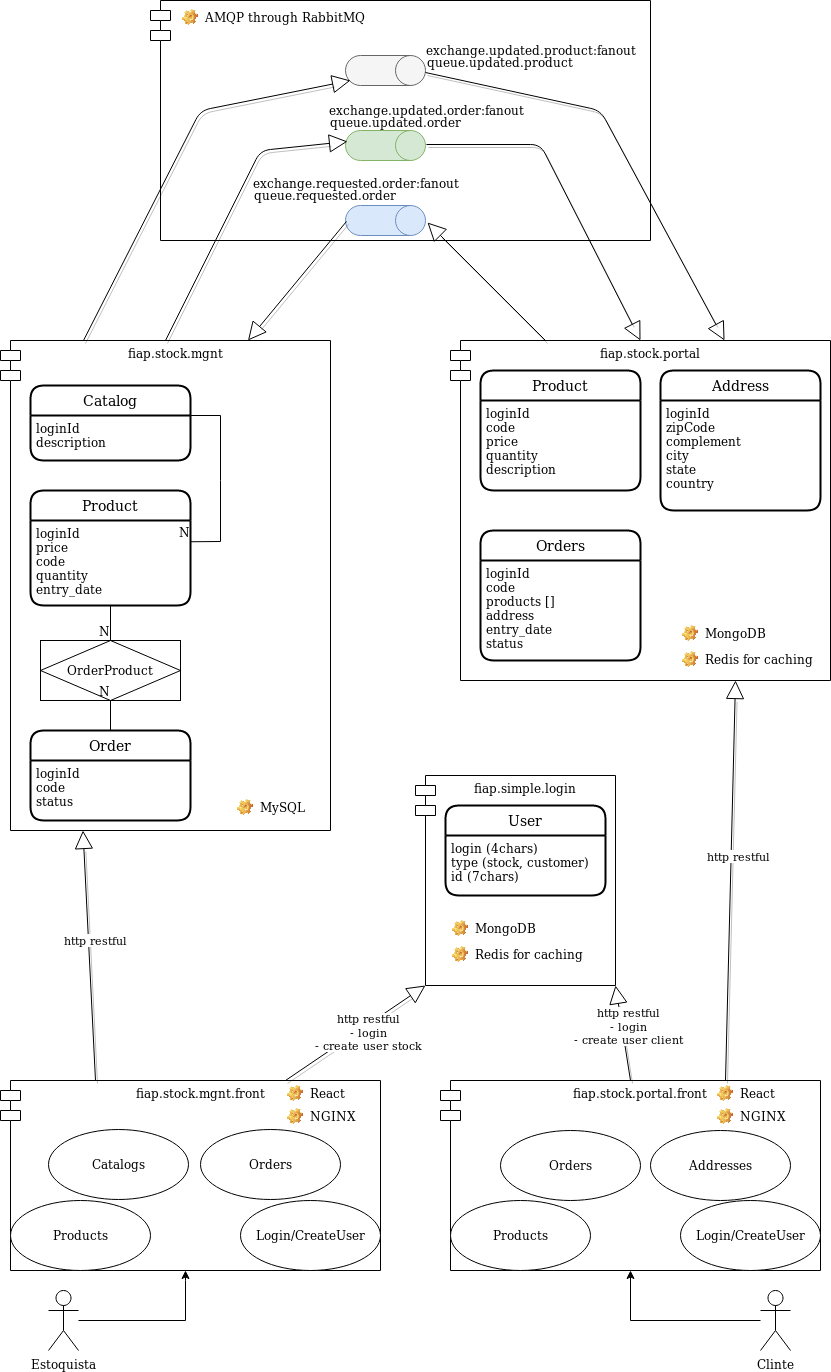
jeanvillete/fiap-stock-ecommerce keeps this draw.io diagram as docs/fiap.stock.ecommerce.png. Above is the earlier version. Source tidied: cells renumbered, new cells last; positions are measured from the earlier drawing's top-left corner, leaving out a move shared by most shapes.
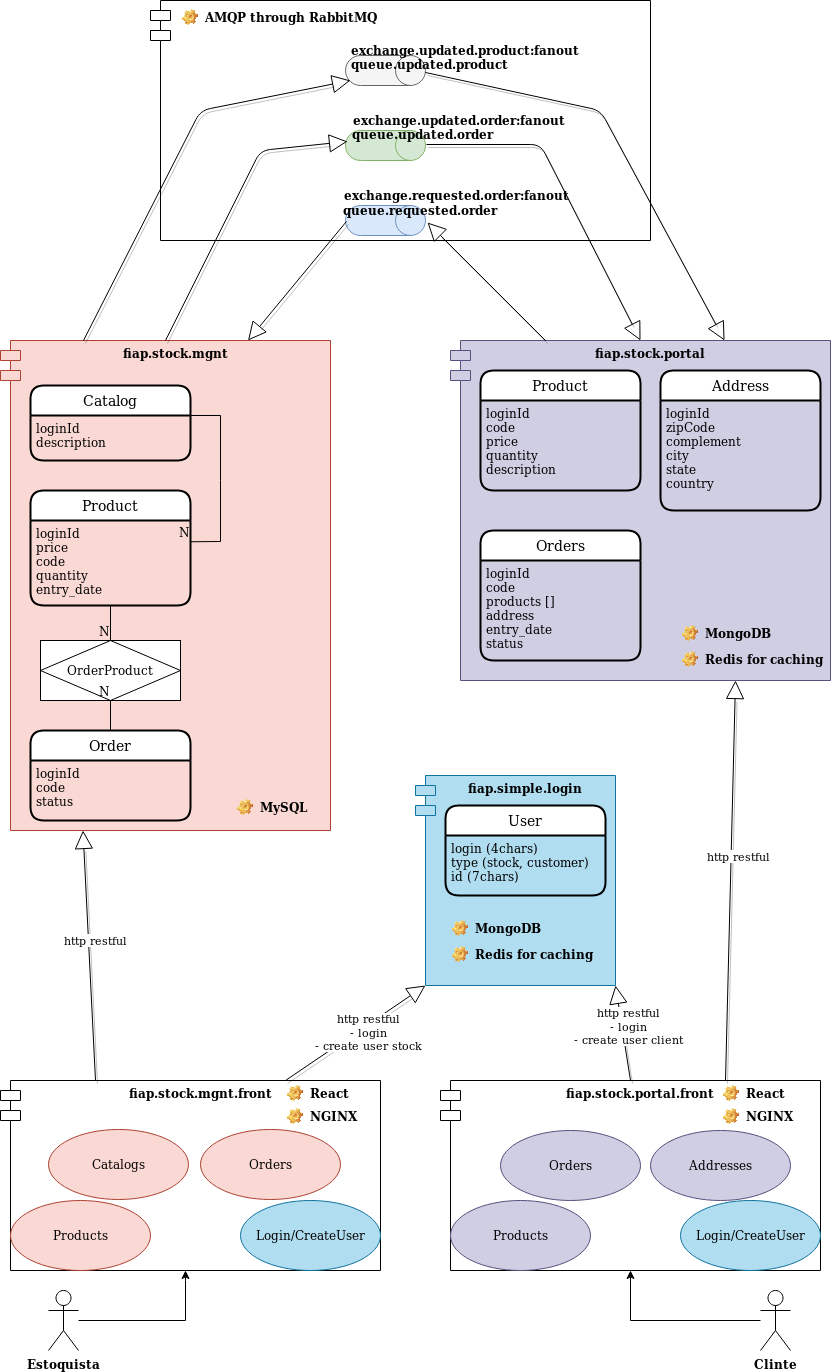
The same file after the commit.

Commit message:
Atualizando diagrama de componentes

Diff of the diagram source:
```diff
@@ -2,10 +2,10 @@
   <root>
     <mxCell id="0" />
     <mxCell id="1" parent="0" />
-    <mxCell id="2" value="fiap.stock.mgnt" style="shape=module;align=left;spacingLeft=20;align=center;verticalAlign=top;" parent="1" vertex="1">
+    <mxCell id="2" value="fiap.stock.mgnt" style="shape=module;align=left;spacingLeft=20;align=center;verticalAlign=top;fontStyle=1;fillColor=#fad9d5;strokeColor=#ae4132;" parent="1" vertex="1">
       <mxGeometry y="340" width="330" height="490" as="geometry" />
     </mxCell>
-    <mxCell id="3" value="fiap.simple.login" style="shape=module;align=left;spacingLeft=20;align=center;verticalAlign=top;" parent="1" vertex="1">
+    <mxCell id="3" value="fiap.simple.login" style="shape=module;align=left;spacingLeft=20;align=center;verticalAlign=top;fontStyle=1;fillColor=#b1ddf0;strokeColor=#10739e;" parent="1" vertex="1">
       <mxGeometry x="415" y="775" width="200" height="210" as="geometry" />
     </mxCell>
     <mxCell id="4" style="endArrow=none;html=1;rounded=0;exitX=1;exitY=0;exitDx=0;exitDy=0;entryX=1;entryY=0.25;entryDx=0;entryDy=0;" parent="1" edge="1" source="16" target="18">
@@ -35,17 +35,17 @@
     <mxCell id="10" value="N" style="html=1;align=right;verticalAlign=bottom;" parent="9" vertex="1">
       <mxGeometry x="1" relative="1" as="geometry" />
     </mxCell>
-    <mxCell id="11" value="fiap.stock.portal" style="shape=module;align=left;spacingLeft=20;align=center;verticalAlign=top;" parent="1" vertex="1">
+    <mxCell id="11" value="fiap.stock.portal" style="shape=module;align=left;spacingLeft=20;align=center;verticalAlign=top;fontStyle=1;fillColor=#d0cee2;strokeColor=#56517e;" parent="1" vertex="1">
       <mxGeometry x="450" y="340" width="380" height="340" as="geometry" />
     </mxCell>
-    <mxCell id="12" value="MySQL" style="label;fontStyle=0;strokeColor=none;fillColor=none;align=left;verticalAlign=top;overflow=hidden;spacingLeft=28;spacingRight=4;imageWidth=16;imageHeight=16;image=img/clipart/Gear_128x128.png;" parent="1" vertex="1">
+    <mxCell id="12" value="MySQL" style="label;fontStyle=1;strokeColor=none;fillColor=none;align=left;verticalAlign=top;overflow=hidden;spacingLeft=28;spacingRight=4;imageWidth=16;imageHeight=16;image=img/clipart/Gear_128x128.png;" parent="1" vertex="1">
       <mxGeometry x="230" y="794" width="90" height="26" as="geometry" />
     </mxCell>
-    <mxCell id="13" value="MongoDB" style="label;fontStyle=0;strokeColor=none;fillColor=none;align=left;verticalAlign=top;overflow=hidden;spacingLeft=28;spacingRight=4;imageWidth=16;imageHeight=16;image=img/clipart/Gear_128x128.png;" parent="1" vertex="1">
+    <mxCell id="13" value="MongoDB" style="label;fontStyle=1;strokeColor=none;fillColor=none;align=left;verticalAlign=top;overflow=hidden;spacingLeft=28;spacingRight=4;imageWidth=16;imageHeight=16;image=img/clipart/Gear_128x128.png;" parent="1" vertex="1">
       <mxGeometry x="445" y="915" width="120" height="26" as="geometry" />
     </mxCell>
-    <mxCell id="14" value="Redis for caching" style="label;fontStyle=0;strokeColor=none;fillColor=none;align=left;verticalAlign=top;overflow=hidden;spacingLeft=28;spacingRight=4;imageWidth=16;imageHeight=16;image=img/clipart/Gear_128x128.png;" parent="1" vertex="1">
-      <mxGeometry x="445" y="941" width="150" height="26" as="geometry" />
+    <mxCell id="14" value="Redis for caching" style="label;fontStyle=1;strokeColor=none;fillColor=none;align=left;verticalAlign=top;overflow=hidden;spacingLeft=28;spacingRight=4;imageWidth=16;imageHeight=16;image=img/clipart/Gear_128x128.png;" parent="1" vertex="1">
+      <mxGeometry x="445" y="941" width="155" height="26" as="geometry" />
     </mxCell>
     <mxCell id="15" value="Catalog" style="swimlane;horizontal=1;startSize=30;rounded=1;fontSize=14;fontStyle=0;strokeWidth=2;shadow=0;dashed=0;align=center;" parent="1" vertex="1">
       <mxGeometry x="30" y="385" width="160" height="75" as="geometry" />
@@ -65,11 +65,11 @@
     <mxCell id="20" value="loginId&#10;code&#10;status&#10;" style="align=left;strokeColor=none;fillColor=none;spacingLeft=4;fontSize=12;verticalAlign=top;" parent="19" vertex="1">
       <mxGeometry y="30" width="160" height="60" as="geometry" />
     </mxCell>
-    <mxCell id="21" value="MongoDB" style="label;fontStyle=0;strokeColor=none;fillColor=none;align=left;verticalAlign=top;overflow=hidden;spacingLeft=28;spacingRight=4;imageWidth=16;imageHeight=16;image=img/clipart/Gear_128x128.png;" parent="1" vertex="1">
+    <mxCell id="21" value="MongoDB" style="label;fontStyle=1;strokeColor=none;fillColor=none;align=left;verticalAlign=top;overflow=hidden;spacingLeft=28;spacingRight=4;imageWidth=16;imageHeight=16;image=img/clipart/Gear_128x128.png;" parent="1" vertex="1">
       <mxGeometry x="675" y="620" width="120" height="26" as="geometry" />
     </mxCell>
-    <mxCell id="22" value="Redis for caching" style="label;fontStyle=0;strokeColor=none;fillColor=none;align=left;verticalAlign=top;overflow=hidden;spacingLeft=28;spacingRight=4;imageWidth=16;imageHeight=16;image=img/clipart/Gear_128x128.png;" parent="1" vertex="1">
-      <mxGeometry x="675" y="646" width="150" height="26" as="geometry" />
+    <mxCell id="22" value="Redis for caching" style="label;fontStyle=1;strokeColor=none;fillColor=none;align=left;verticalAlign=top;overflow=hidden;spacingLeft=28;spacingRight=4;imageWidth=16;imageHeight=16;image=img/clipart/Gear_128x128.png;" parent="1" vertex="1">
+      <mxGeometry x="675" y="646" width="155" height="26" as="geometry" />
     </mxCell>
     <mxCell id="23" value="Address" style="swimlane;horizontal=1;startSize=30;rounded=1;fontSize=14;fontStyle=0;strokeWidth=2;shadow=0;dashed=0;align=center;" parent="1" vertex="1">
       <mxGeometry x="660" y="370" width="160" height="140" as="geometry" />
@@ -89,34 +89,34 @@
     <mxCell id="28" value="loginId&#10;code&#10;products []&#10;address&#10;entry_date&#10;status&#10;" style="align=left;strokeColor=none;fillColor=none;spacingLeft=4;fontSize=12;verticalAlign=top;" parent="27" vertex="1">
       <mxGeometry y="30" width="160" height="100" as="geometry" />
     </mxCell>
-    <mxCell id="29" value="fiap.stock.portal.front&#10;" style="shape=module;align=left;spacingLeft=20;align=center;verticalAlign=top;" parent="1" vertex="1">
+    <mxCell id="29" value="fiap.stock.portal.front&#10;" style="shape=module;align=left;spacingLeft=20;align=center;verticalAlign=top;fontStyle=1;" parent="1" vertex="1">
       <mxGeometry x="440" y="1080" width="380" height="190" as="geometry" />
     </mxCell>
-    <mxCell id="30" value="Orders" style="ellipse;whiteSpace=wrap;html=1;" parent="1" vertex="1">
+    <mxCell id="30" value="Orders" style="ellipse;whiteSpace=wrap;html=1;fillColor=#d0cee2;strokeColor=#56517e;" parent="1" vertex="1">
       <mxGeometry x="500" y="1130" width="140" height="70" as="geometry" />
     </mxCell>
-    <mxCell id="31" value="Addresses" style="ellipse;whiteSpace=wrap;html=1;" parent="1" vertex="1">
+    <mxCell id="31" value="Addresses" style="ellipse;whiteSpace=wrap;html=1;fillColor=#d0cee2;strokeColor=#56517e;" parent="1" vertex="1">
       <mxGeometry x="650" y="1130" width="140" height="70" as="geometry" />
     </mxCell>
-    <mxCell id="32" value="Products" style="ellipse;whiteSpace=wrap;html=1;" parent="1" vertex="1">
+    <mxCell id="32" value="Products" style="ellipse;whiteSpace=wrap;html=1;fillColor=#d0cee2;strokeColor=#56517e;" parent="1" vertex="1">
       <mxGeometry x="450" y="1200" width="140" height="70" as="geometry" />
     </mxCell>
-    <mxCell id="33" value="fiap.stock.mgnt.front&#10;&#10;" style="shape=module;align=left;spacingLeft=20;align=center;verticalAlign=top;" parent="1" vertex="1">
+    <mxCell id="33" value="fiap.stock.mgnt.front&#10;&#10;" style="shape=module;align=left;spacingLeft=20;align=center;verticalAlign=top;fontStyle=1;" parent="1" vertex="1">
       <mxGeometry y="1080" width="380" height="190" as="geometry" />
     </mxCell>
-    <mxCell id="34" value="Catalogs" style="ellipse;whiteSpace=wrap;html=1;" parent="1" vertex="1">
+    <mxCell id="34" value="Catalogs" style="ellipse;whiteSpace=wrap;html=1;fillColor=#fad9d5;strokeColor=#ae4132;" parent="1" vertex="1">
       <mxGeometry x="48" y="1129" width="140" height="70" as="geometry" />
     </mxCell>
-    <mxCell id="35" value="Orders" style="ellipse;whiteSpace=wrap;html=1;" parent="1" vertex="1">
+    <mxCell id="35" value="Orders" style="ellipse;whiteSpace=wrap;html=1;fillColor=#fad9d5;strokeColor=#ae4132;" parent="1" vertex="1">
       <mxGeometry x="200" y="1129" width="140" height="70" as="geometry" />
     </mxCell>
-    <mxCell id="36" value="Products" style="ellipse;whiteSpace=wrap;html=1;" parent="1" vertex="1">
+    <mxCell id="36" value="Products" style="ellipse;whiteSpace=wrap;html=1;fillColor=#fad9d5;strokeColor=#ae4132;" parent="1" vertex="1">
       <mxGeometry x="10" y="1200" width="140" height="70" as="geometry" />
     </mxCell>
-    <mxCell id="37" value="Login/CreateUser" style="ellipse;whiteSpace=wrap;html=1;" parent="1" vertex="1">
+    <mxCell id="37" value="Login/CreateUser" style="ellipse;whiteSpace=wrap;html=1;fillColor=#b1ddf0;strokeColor=#10739e;" parent="1" vertex="1">
       <mxGeometry x="240" y="1200" width="140" height="70" as="geometry" />
     </mxCell>
-    <mxCell id="38" value="Login/CreateUser" style="ellipse;whiteSpace=wrap;html=1;" parent="1" vertex="1">
+    <mxCell id="38" value="Login/CreateUser" style="ellipse;whiteSpace=wrap;html=1;fillColor=#b1ddf0;strokeColor=#10739e;" parent="1" vertex="1">
       <mxGeometry x="680" y="1200" width="140" height="70" as="geometry" />
     </mxCell>
     <mxCell id="39" value="http restful " style="endArrow=block;endSize=16;endFill=0;html=1;exitX=0.25;exitY=0;exitDx=0;exitDy=0;entryX=0.25;entryY=1;entryDx=0;entryDy=0;shadow=1;" parent="1" edge="1" source="33" target="2">
@@ -145,7 +145,7 @@
         </Array>
       </mxGeometry>
     </mxCell>
-    <mxCell id="46" value="Estoquista" style="shape=umlActor;verticalLabelPosition=bottom;verticalAlign=top;html=1;" parent="1" vertex="1">
+    <mxCell id="46" value="Estoquista" style="shape=umlActor;verticalLabelPosition=bottom;verticalAlign=top;html=1;fontStyle=1;" parent="1" vertex="1">
       <mxGeometry x="48" y="1290" width="30" height="60" as="geometry" />
     </mxCell>
     <mxCell id="47" style="edgeStyle=orthogonalEdgeStyle;rounded=0;jettySize=auto;html=1;" parent="1" edge="1" source="48" target="29">
@@ -155,20 +155,20 @@
         </Array>
       </mxGeometry>
     </mxCell>
-    <mxCell id="48" value="Clinte" style="shape=umlActor;verticalLabelPosition=bottom;verticalAlign=top;html=1;" parent="1" vertex="1">
+    <mxCell id="48" value="Clinte" style="shape=umlActor;verticalLabelPosition=bottom;verticalAlign=top;html=1;fontStyle=1;" parent="1" vertex="1">
       <mxGeometry x="760" y="1290" width="30" height="60" as="geometry" />
     </mxCell>
-    <mxCell id="49" value="React" style="label;fontStyle=0;strokeColor=none;fillColor=none;align=left;verticalAlign=top;overflow=hidden;spacingLeft=28;spacingRight=4;imageWidth=16;imageHeight=16;image=img/clipart/Gear_128x128.png;" parent="1" vertex="1">
+    <mxCell id="49" value="React" style="label;fontStyle=1;strokeColor=none;fillColor=none;align=left;verticalAlign=top;overflow=hidden;spacingLeft=28;spacingRight=4;imageWidth=16;imageHeight=16;image=img/clipart/Gear_128x128.png;" parent="1" vertex="1">
       <mxGeometry x="280" y="1080" width="120" height="26" as="geometry" />
     </mxCell>
-    <mxCell id="50" value="NGINX" style="label;fontStyle=0;strokeColor=none;fillColor=none;align=left;verticalAlign=top;overflow=hidden;spacingLeft=28;spacingRight=4;imageWidth=16;imageHeight=16;image=img/clipart/Gear_128x128.png;" parent="1" vertex="1">
+    <mxCell id="50" value="NGINX" style="label;fontStyle=1;strokeColor=none;fillColor=none;align=left;verticalAlign=top;overflow=hidden;spacingLeft=28;spacingRight=4;imageWidth=16;imageHeight=16;image=img/clipart/Gear_128x128.png;" parent="1" vertex="1">
       <mxGeometry x="280" y="1103" width="120" height="26" as="geometry" />
     </mxCell>
-    <mxCell id="51" value="React" style="label;fontStyle=0;strokeColor=none;fillColor=none;align=left;verticalAlign=top;overflow=hidden;spacingLeft=28;spacingRight=4;imageWidth=16;imageHeight=16;image=img/clipart/Gear_128x128.png;" parent="1" vertex="1">
-      <mxGeometry x="710" y="1080" width="120" height="26" as="geometry" />
+    <mxCell id="51" value="React" style="label;fontStyle=1;strokeColor=none;fillColor=none;align=left;verticalAlign=top;overflow=hidden;spacingLeft=28;spacingRight=4;imageWidth=16;imageHeight=16;image=img/clipart/Gear_128x128.png;" parent="1" vertex="1">
+      <mxGeometry x="716" y="1080" width="120" height="26" as="geometry" />
     </mxCell>
-    <mxCell id="52" value="NGINX" style="label;fontStyle=0;strokeColor=none;fillColor=none;align=left;verticalAlign=top;overflow=hidden;spacingLeft=28;spacingRight=4;imageWidth=16;imageHeight=16;image=img/clipart/Gear_128x128.png;" parent="1" vertex="1">
-      <mxGeometry x="710" y="1103" width="120" height="26" as="geometry" />
+    <mxCell id="52" value="NGINX" style="label;fontStyle=1;strokeColor=none;fillColor=none;align=left;verticalAlign=top;overflow=hidden;spacingLeft=28;spacingRight=4;imageWidth=16;imageHeight=16;image=img/clipart/Gear_128x128.png;" parent="1" vertex="1">
+      <mxGeometry x="716" y="1103" width="120" height="26" as="geometry" />
     </mxCell>
     <mxCell id="53" style="shape=module;align=left;spacingLeft=20;align=center;verticalAlign=top;" parent="1" vertex="1">
       <mxGeometry x="150" width="500" height="240" as="geometry" />
@@ -176,11 +176,11 @@
     <mxCell id="54" style="shape=cylinder2;whiteSpace=wrap;html=1;boundedLbl=1;backgroundOutline=1;size=15;rotation=90;fillColor=#dae8fc;strokeColor=#6c8ebf;" parent="1" vertex="1">
       <mxGeometry x="370" y="180" width="30" height="80" as="geometry" />
     </mxCell>
-    <mxCell id="55" value="exchange.requested.order:fanout" style="text;html=1;strokeColor=none;fillColor=none;align=center;verticalAlign=middle;whiteSpace=wrap;rounded=0;" parent="1" vertex="1">
-      <mxGeometry x="170.5" y="173" width="370" height="20" as="geometry" />
+    <mxCell id="55" value="exchange.requested.order:fanout" style="text;html=1;strokeColor=none;fillColor=none;align=center;verticalAlign=middle;whiteSpace=wrap;rounded=0;fontStyle=1;" parent="1" vertex="1">
+      <mxGeometry x="271" y="185" width="370" height="20" as="geometry" />
     </mxCell>
-    <mxCell id="56" value="queue.requested.order" style="text;html=1;strokeColor=none;fillColor=none;align=center;verticalAlign=middle;whiteSpace=wrap;rounded=0;" parent="1" vertex="1">
-      <mxGeometry x="139.5" y="185" width="370" height="20" as="geometry" />
+    <mxCell id="56" value="queue.requested.order" style="text;html=1;strokeColor=none;fillColor=none;align=center;verticalAlign=middle;whiteSpace=wrap;rounded=0;fontStyle=1;" parent="1" vertex="1">
+      <mxGeometry x="235" y="200" width="370" height="20" as="geometry" />
     </mxCell>
     <mxCell id="57" style="endArrow=block;endSize=16;endFill=0;html=1;exitX=0.25;exitY=0;exitDx=0;exitDy=0;entryX=0.567;entryY=-0.025;entryDx=0;entryDy=0;entryPerimeter=0;shadow=1;sketch=0;" parent="1" edge="1" source="11" target="54">
       <mxGeometry x="-0.5" y="-33" relative="1" as="geometry" />
@@ -188,8 +188,8 @@
     <mxCell id="58" style="endArrow=block;endSize=16;endFill=0;html=1;entryX=0.75;entryY=0;entryDx=0;entryDy=0;exitX=0.533;exitY=0.988;exitDx=0;exitDy=0;exitPerimeter=0;shadow=1;" parent="1" edge="1" source="54" target="2">
       <mxGeometry x="-0.5" y="-33" relative="1" as="geometry" />
     </mxCell>
-    <mxCell id="59" value="AMQP through RabbitMQ" style="label;fontStyle=0;strokeColor=none;fillColor=none;align=left;verticalAlign=top;overflow=hidden;spacingLeft=28;spacingRight=4;imageWidth=16;imageHeight=16;image=img/clipart/Gear_128x128.png;" parent="1" vertex="1">
-      <mxGeometry x="175" y="4" width="200" height="26" as="geometry" />
+    <mxCell id="59" value="AMQP through RabbitMQ" style="label;fontStyle=1;strokeColor=none;fillColor=none;align=left;verticalAlign=top;overflow=hidden;spacingLeft=28;spacingRight=4;imageWidth=16;imageHeight=16;image=img/clipart/Gear_128x128.png;" parent="1" vertex="1">
+      <mxGeometry x="175" y="4" width="215" height="26" as="geometry" />
     </mxCell>
     <mxCell id="60" style="shape=cylinder2;whiteSpace=wrap;html=1;boundedLbl=1;backgroundOutline=1;size=15;rotation=90;fillColor=#d5e8d4;strokeColor=#82b366;" parent="1" vertex="1">
       <mxGeometry x="370" y="105" width="30" height="80" as="geometry" />
@@ -197,17 +197,17 @@
     <mxCell id="61" style="shape=cylinder2;whiteSpace=wrap;html=1;boundedLbl=1;backgroundOutline=1;size=15;rotation=90;fillColor=#f5f5f5;strokeColor=#666666;fontColor=#333333;" parent="1" vertex="1">
       <mxGeometry x="370" y="30" width="30" height="80" as="geometry" />
     </mxCell>
-    <mxCell id="62" value="exchange.updated.order:fanout" style="text;html=1;strokeColor=none;fillColor=none;align=center;verticalAlign=middle;whiteSpace=wrap;rounded=0;" parent="1" vertex="1">
-      <mxGeometry x="241" y="100" width="370" height="20" as="geometry" />
+    <mxCell id="62" value="exchange.updated.order:fanout" style="text;html=1;strokeColor=none;fillColor=none;align=center;verticalAlign=middle;whiteSpace=wrap;rounded=0;fontStyle=1;" parent="1" vertex="1">
+      <mxGeometry x="274" y="110" width="370" height="20" as="geometry" />
     </mxCell>
-    <mxCell id="63" value="queue.updated.order" style="text;html=1;strokeColor=none;fillColor=none;align=center;verticalAlign=middle;whiteSpace=wrap;rounded=0;" parent="1" vertex="1">
-      <mxGeometry x="210" y="112" width="370" height="20" as="geometry" />
+    <mxCell id="63" value="queue.updated.order" style="text;html=1;strokeColor=none;align=center;verticalAlign=middle;whiteSpace=wrap;rounded=0;strokeWidth=1;fontStyle=1;" parent="1" vertex="1">
+      <mxGeometry x="237" y="124" width="370" height="20" as="geometry" />
     </mxCell>
-    <mxCell id="64" value="exchange.updated.product:fanout" style="text;html=1;strokeColor=none;fillColor=none;align=center;verticalAlign=middle;whiteSpace=wrap;rounded=0;" parent="1" vertex="1">
-      <mxGeometry x="345.5" y="40" width="370" height="20" as="geometry" />
+    <mxCell id="64" value="exchange.updated.product:fanout" style="text;html=1;strokeColor=none;fillColor=none;align=center;verticalAlign=middle;whiteSpace=wrap;rounded=0;fontStyle=1;" parent="1" vertex="1">
+      <mxGeometry x="280" y="40" width="370" height="20" as="geometry" />
     </mxCell>
-    <mxCell id="65" value="queue.updated.product" style="text;html=1;strokeColor=none;fillColor=none;align=center;verticalAlign=middle;whiteSpace=wrap;rounded=0;" parent="1" vertex="1">
-      <mxGeometry x="314.5" y="52" width="370" height="20" as="geometry" />
+    <mxCell id="65" value="queue.updated.product" style="text;html=1;strokeColor=none;fillColor=none;align=center;verticalAlign=middle;whiteSpace=wrap;rounded=0;fontStyle=1;" parent="1" vertex="1">
+      <mxGeometry x="244" y="54" width="370" height="20" as="geometry" />
     </mxCell>
     <mxCell id="66" style="endArrow=block;endSize=16;endFill=0;html=1;exitX=0.467;exitY=-0.012;exitDx=0;exitDy=0;entryX=0.5;entryY=0;entryDx=0;entryDy=0;shadow=1;sketch=0;exitPerimeter=0;" parent="1" edge="1" source="60" target="11">
       <mxGeometry x="-0.5" y="-33" relative="1" as="geometry">
```
